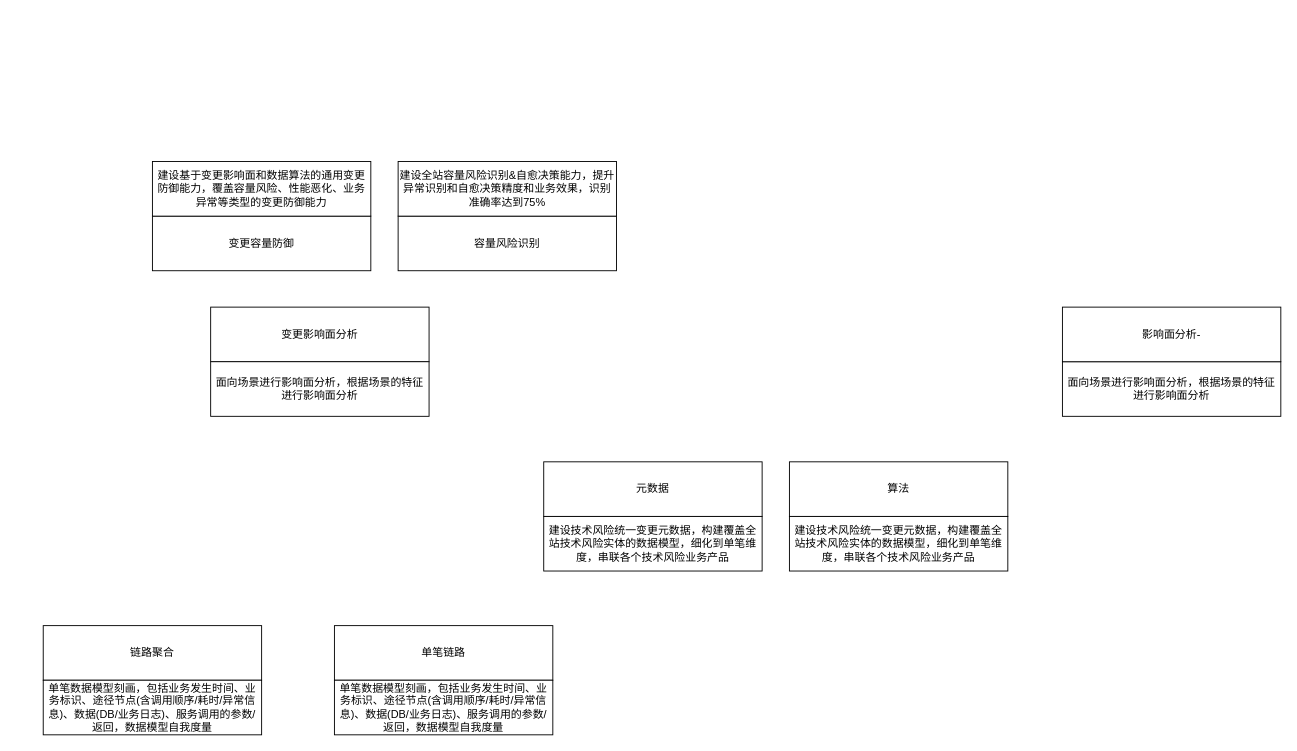
This is 蚂蚁金服/OKR组织.drawio from frankneu/draw.io, a draw.io file, before an edit. Source tidied: cells renumbered, new cells numbered last; positions are measured from the earlier drawing's top-left corner, leaving out a move shared by most shapes. Both pictures are drawn from the tidied source at 91%, with x=0, y=0 at pixel (43, 161).
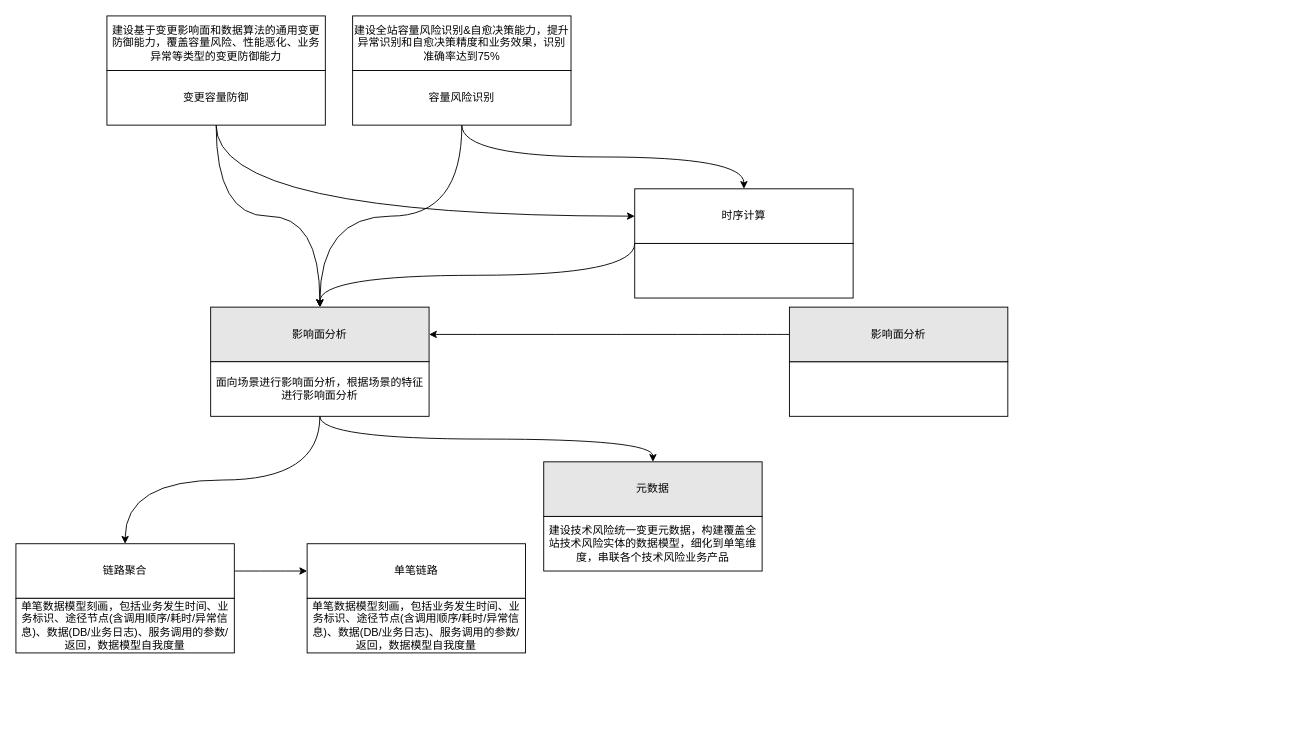
Above is the later version.

Unchanged cells that the change refers to:
```xml
<mxCell id="13" value="面向场景进行影响面分析，根据场景的特征进行影响面分析" style="rounded=0;whiteSpace=wrap;html=1;" parent="1" vertex="1">
  <mxGeometry x="184" y="220" width="240" height="60" as="geometry" />
</mxCell>
```

What changed in the source:
```diff
@@
+    <mxCell id="18" style="edgeStyle=orthogonalEdgeStyle;rounded=0;jettySize=auto;html=1;exitX=0.5;exitY=1;exitDx=0;exitDy=0;entryX=0.5;entryY=0;entryDx=0;entryDy=0;curved=1;" parent="1" edge="1" source="2" target="5">
+      <mxGeometry relative="1" as="geometry" />
+    </mxCell>
+    <mxCell id="19" style="edgeStyle=orthogonalEdgeStyle;curved=1;rounded=0;jettySize=auto;html=1;exitX=0.5;exitY=1;exitDx=0;exitDy=0;entryX=0;entryY=0.5;entryDx=0;entryDy=0;" parent="1" edge="1" source="2" target="16">
+      <mxGeometry relative="1" as="geometry" />
+    </mxCell>
     <mxCell id="2" value="变更容量防御" style="rounded=0;whiteSpace=wrap;html=1;" parent="1" vertex="1">
-      <mxGeometry x="120" y="60" width="240" height="60" as="geometry" />
+      <mxGeometry x="70" y="-100" width="240" height="60" as="geometry" />
     </mxCell>
+    <mxCell id="20" style="edgeStyle=orthogonalEdgeStyle;rounded=0;jettySize=auto;html=1;exitX=0.5;exitY=1;exitDx=0;exitDy=0;entryX=0.5;entryY=0;entryDx=0;entryDy=0;curved=1;" parent="1" edge="1" source="3" target="5">
+      <mxGeometry relative="1" as="geometry" />
+    </mxCell>
+    <mxCell id="21" style="edgeStyle=orthogonalEdgeStyle;curved=1;rounded=0;jettySize=auto;html=1;exitX=0.5;exitY=1;exitDx=0;exitDy=0;entryX=0.5;entryY=0;entryDx=0;entryDy=0;" parent="1" edge="1" source="3" target="16">
+      <mxGeometry relative="1" as="geometry" />
+    </mxCell>
     <mxCell id="3" value="容量风险识别" style="rounded=0;whiteSpace=wrap;html=1;" parent="1" vertex="1">
-      <mxGeometry x="390" y="60" width="240" height="60" as="geometry" />
+      <mxGeometry x="340" y="-100" width="240" height="60" as="geometry" />
     </mxCell>
-    <mxCell id="4" value="元数据" style="rounded=0;whiteSpace=wrap;html=1;" parent="1" vertex="1">
+    <mxCell id="4" value="元数据" style="rounded=0;whiteSpace=wrap;html=1;fillColor=#E6E6E6;" parent="1" vertex="1">
       <mxGeometry x="550" y="330" width="240" height="60" as="geometry" />
     </mxCell>
-    <mxCell id="5" value="变更影响面分析" style="rounded=0;whiteSpace=wrap;html=1;" parent="1" vertex="1">
+    <mxCell id="5" value="影响面分析" style="rounded=0;whiteSpace=wrap;html=1;fillColor=#E6E6E6;" parent="1" vertex="1">
       <mxGeometry x="184" y="160" width="240" height="60" as="geometry" />
     </mxCell>
+    <mxCell id="22" style="edgeStyle=orthogonalEdgeStyle;curved=1;rounded=0;jettySize=auto;html=1;exitX=1;exitY=0.5;exitDx=0;exitDy=0;" parent="1" edge="1" source="6" target="11">
+      <mxGeometry relative="1" as="geometry" />
+    </mxCell>
     <mxCell id="6" value="链路聚合" style="rounded=0;whiteSpace=wrap;html=1;" parent="1" vertex="1">
-      <mxGeometry y="510" width="240" height="60" as="geometry" />
+      <mxGeometry x="-30" y="420" width="240" height="60" as="geometry" />
     </mxCell>
     <mxCell id="7" value="建设基于变更影响面和数据算法的通用变更防御能力，覆盖容量风险、性能恶化、业务异常等类型的变更防御能力" style="rounded=0;whiteSpace=wrap;html=1;" parent="1" vertex="1">
-      <mxGeometry x="120" width="240" height="60" as="geometry" />
+      <mxGeometry x="70" y="-160" width="240" height="60" as="geometry" />
     </mxCell>
     <mxCell id="8" value="建设全站容量风险识别&amp;amp;自愈决策能力，提升异常识别和自愈决策精度和业务效果，识别准确率达到75%" style="rounded=0;whiteSpace=wrap;html=1;" parent="1" vertex="1">
-      <mxGeometry x="390" width="240" height="60" as="geometry" />
+      <mxGeometry x="340" y="-160" width="240" height="60" as="geometry" />
     </mxCell>
     <mxCell id="9" value="&lt;span&gt;单笔数据模型刻画，包括业务发生时间、业务标识、途径节点(含调用顺序/耗时/异常信息)、数据(DB/业务日志)、服务调用的参数/返回，数据模型自我度量&lt;/span&gt;" style="rounded=0;whiteSpace=wrap;html=1;" parent="1" vertex="1">
-      <mxGeometry y="570" width="240" height="60" as="geometry" />
+      <mxGeometry x="-30" y="480" width="240" height="60" as="geometry" />
     </mxCell>
@@
     <mxCell id="11" value="单笔链路" style="rounded=0;whiteSpace=wrap;html=1;" parent="1" vertex="1">
-      <mxGeometry x="320" y="510" width="240" height="60" as="geometry" />
+      <mxGeometry x="290" y="420" width="240" height="60" as="geometry" />
     </mxCell>
     <mxCell id="12" value="单笔数据模型刻画，包括业务发生时间、业务标识、途径节点(含调用顺序/耗时/异常信息)、数据(DB/业务日志)、服务调用的参数/返回，数据模型自我度量" style="rounded=0;whiteSpace=wrap;html=1;" parent="1" vertex="1">
-      <mxGeometry x="320" y="570" width="240" height="60" as="geometry" />
+      <mxGeometry x="290" y="480" width="240" height="60" as="geometry" />
     </mxCell>
+    <mxCell id="23" style="edgeStyle=orthogonalEdgeStyle;curved=1;rounded=0;jettySize=auto;html=1;exitX=0.5;exitY=1;exitDx=0;exitDy=0;entryX=0.5;entryY=0;entryDx=0;entryDy=0;" parent="1" edge="1" source="13" target="4">
+      <mxGeometry relative="1" as="geometry" />
+    </mxCell>
+    <mxCell id="24" style="edgeStyle=orthogonalEdgeStyle;curved=1;rounded=0;jettySize=auto;html=1;exitX=0.5;exitY=1;exitDx=0;exitDy=0;" parent="1" edge="1" source="13" target="6">
+      <mxGeometry relative="1" as="geometry" />
+    </mxCell>
@@
-    <mxCell id="14" value="面向场景进行影响面分析，根据场景的特征进行影响面分析" style="rounded=0;whiteSpace=wrap;html=1;" parent="1" vertex="1">
-      <mxGeometry x="1120" y="220" width="240" height="60" as="geometry" />
+    <mxCell id="14" style="rounded=0;whiteSpace=wrap;html=1;" parent="1" vertex="1">
+      <mxGeometry x="820" y="220" width="240" height="60" as="geometry" />
     </mxCell>
+    <mxCell id="25" style="edgeStyle=orthogonalEdgeStyle;curved=1;rounded=0;jettySize=auto;html=1;exitX=0;exitY=0.5;exitDx=0;exitDy=0;entryX=1;entryY=0.5;entryDx=0;entryDy=0;" parent="1" edge="1" source="15" target="5">
+      <mxGeometry relative="1" as="geometry" />
+    </mxCell>
-    <mxCell id="15" value="影响面分析-" style="rounded=0;whiteSpace=wrap;html=1;" parent="1" vertex="1">
-      <mxGeometry x="1120" y="160" width="240" height="60" as="geometry" />
+    <mxCell id="15" value="影响面分析" style="rounded=0;whiteSpace=wrap;html=1;fillColor=#E6E6E6;" parent="1" vertex="1">
+      <mxGeometry x="820" y="160" width="240" height="60" as="geometry" />
     </mxCell>
+    <mxCell id="26" style="edgeStyle=orthogonalEdgeStyle;curved=1;rounded=0;jettySize=auto;html=1;exitX=0;exitY=1;exitDx=0;exitDy=0;" parent="1" edge="1" source="16" target="5">
+      <mxGeometry relative="1" as="geometry" />
+    </mxCell>
-    <mxCell id="16" value="算法" style="rounded=0;whiteSpace=wrap;html=1;" parent="1" vertex="1">
-      <mxGeometry x="820" y="330" width="240" height="60" as="geometry" />
+    <mxCell id="16" value="时序计算" style="rounded=0;whiteSpace=wrap;html=1;" parent="1" vertex="1">
+      <mxGeometry x="650" y="30" width="240" height="60" as="geometry" />
     </mxCell>
-    <mxCell id="17" value="建设技术风险统一变更元数据，构建覆盖全站技术风险实体的数据模型，细化到单笔维度，串联各个技术风险业务产品" style="rounded=0;whiteSpace=wrap;html=1;" parent="1" vertex="1">
-      <mxGeometry x="820" y="390" width="240" height="60" as="geometry" />
+    <mxCell id="17" style="rounded=0;whiteSpace=wrap;html=1;" parent="1" vertex="1">
+      <mxGeometry x="650" y="90" width="240" height="60" as="geometry" />
     </mxCell>
```
